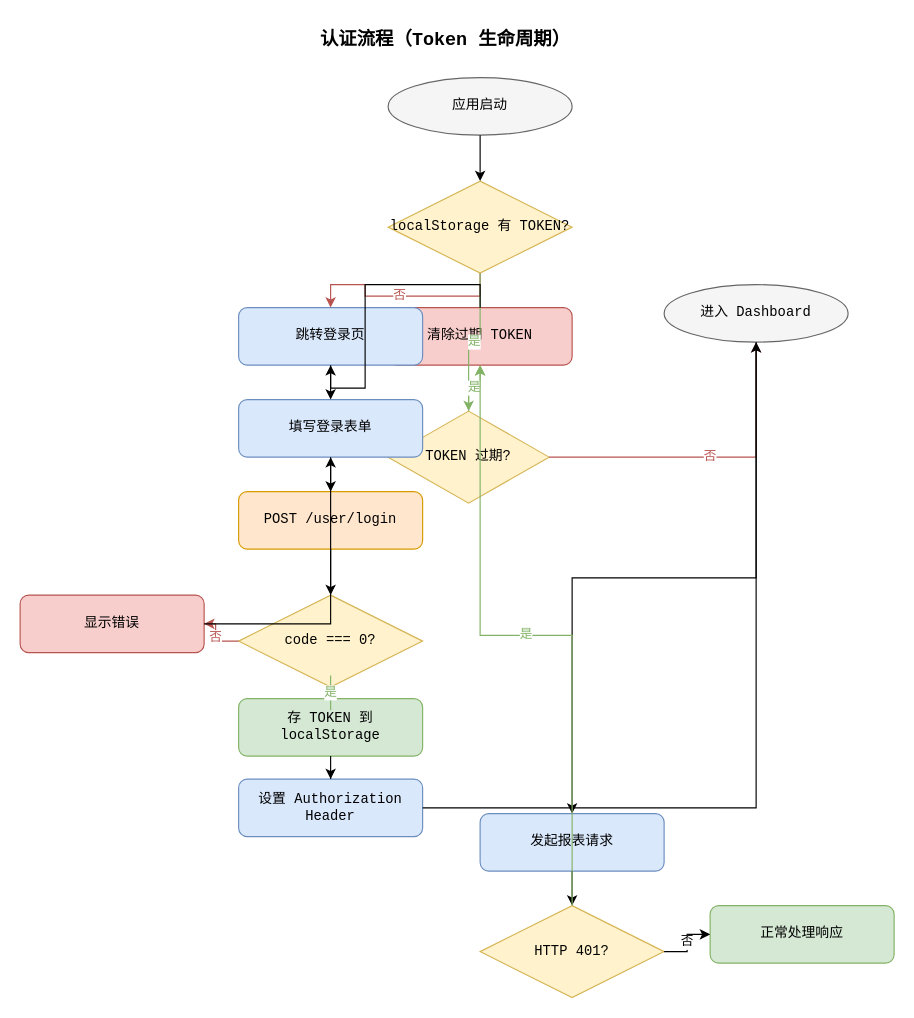
ksmingkimo/AsCoding keeps this draw.io diagram as 流程图/流程图_04_认证流程.drawio. Above is the earlier version. Source tidied: cells renumbered, new cells numbered last; positions are measured from the earlier drawing's top-left corner, leaving out a move shared by most shapes. Both pictures are drawn from the tidied source at 115%, with x=0, y=0 at pixel (20, 20).
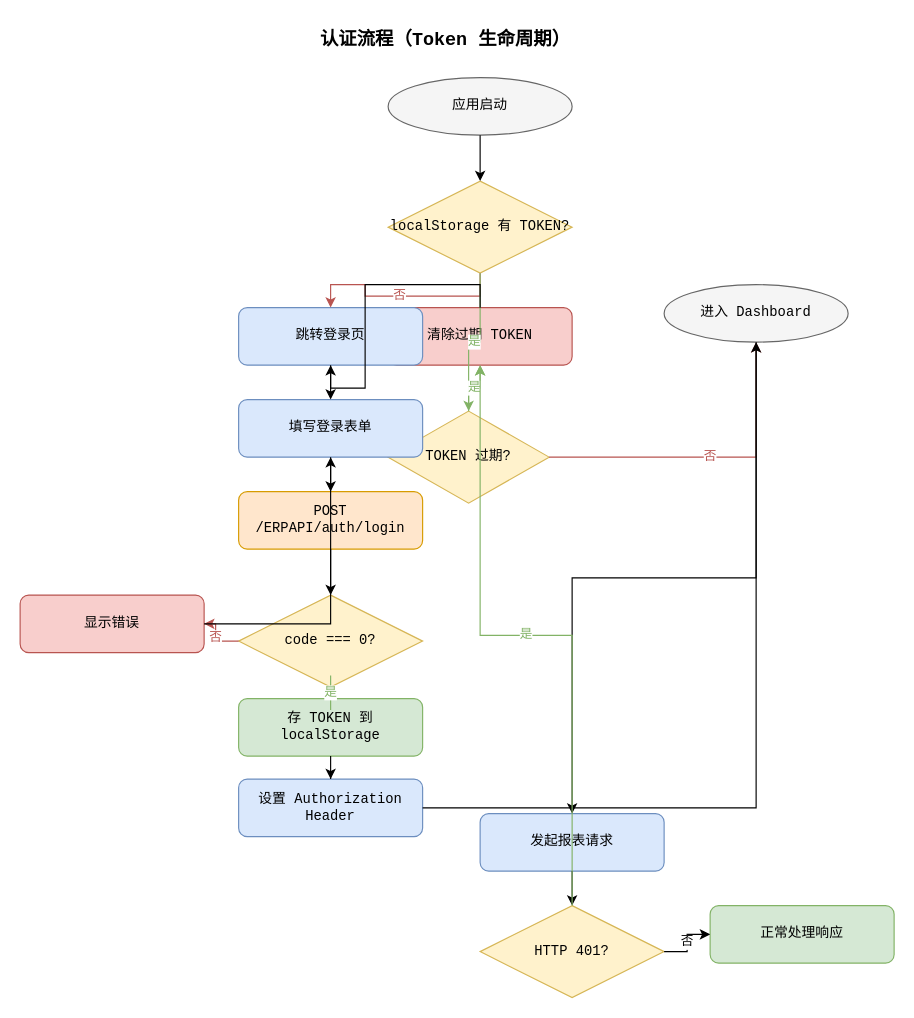
After the change.

What changed in the source:
```diff
@@
-    <mxCell id="10" value="POST /user/login" style="rounded=1;whiteSpace=wrap;html=1;fillColor=#ffe6cc;strokeColor=#d79b00;fontSize=12;fontFamily=Courier New;" parent="1" vertex="1">
+    <mxCell id="10" value="POST /ERPAPI/auth/login" style="rounded=1;whiteSpace=wrap;html=1;fillColor=#ffe6cc;strokeColor=#d79b00;fontSize=12;fontFamily=Courier New;" parent="1" vertex="1">
       <mxGeometry x="190" y="410" width="160" height="50" as="geometry" />
     </mxCell>
```
